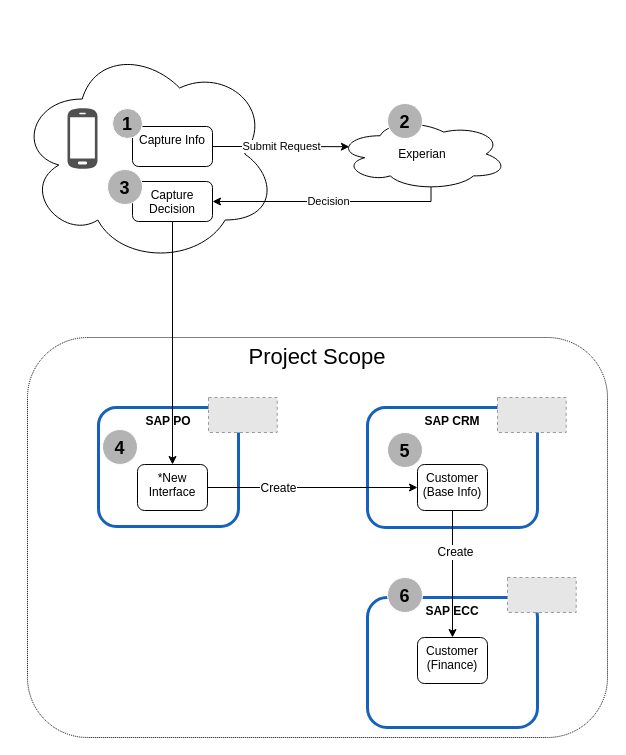
The draw.io diagram page "Accept" (1 of 2) of Account Application.drawio in mrf742002/Diagrams, before the edit. Source tidied: cells renumbered, new cells numbered last; positions are measured from the earlier drawing's top-left corner, leaving out a move shared by most shapes. Both pictures are drawn from the tidied source at 100%, with x=0, y=0 at pixel (17, 43). Pictures stored in the file or linked from it are replaced by grey dashed boxes.
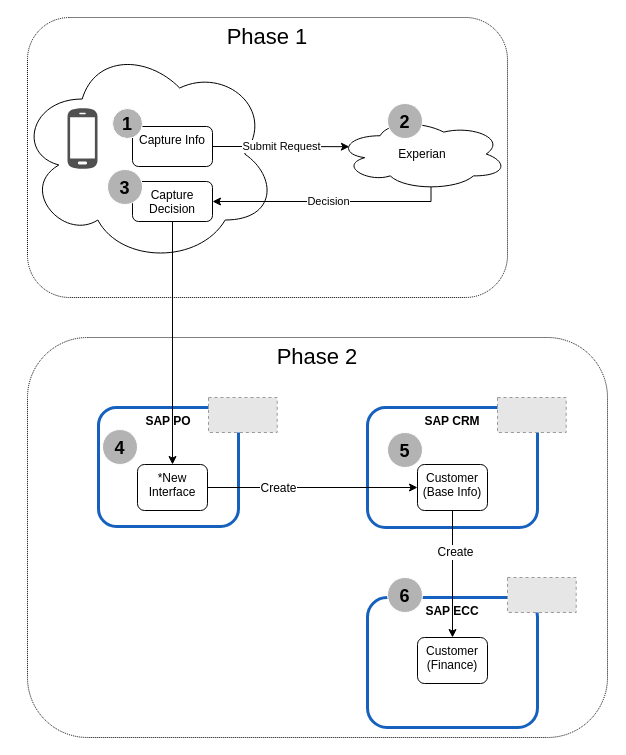
Above is the later version.

What changed in the source:
```diff
@@
+    <mxCell id="30" value="&lt;font style=&quot;font-size: 22px&quot;&gt;Phase 1&lt;/font&gt;" style="rounded=1;whiteSpace=wrap;html=1;verticalAlign=top;dashed=1;dashPattern=1 1;" parent="1" vertex="1">
+      <mxGeometry x="10" y="-26" width="480" height="280" as="geometry" />
+    </mxCell>
-    <mxCell id="2" value="&lt;font style=&quot;font-size: 22px&quot;&gt;Project Scope&lt;/font&gt;" style="rounded=1;whiteSpace=wrap;html=1;verticalAlign=top;dashed=1;dashPattern=1 1;" parent="1" vertex="1">
+    <mxCell id="2" value="&lt;font style=&quot;font-size: 22px&quot;&gt;Phase 2&lt;/font&gt;" style="rounded=1;whiteSpace=wrap;html=1;verticalAlign=top;dashed=1;dashPattern=1 1;" parent="1" vertex="1">
       <mxGeometry x="10" y="294" width="580" height="400" as="geometry" />
     </mxCell>
```
